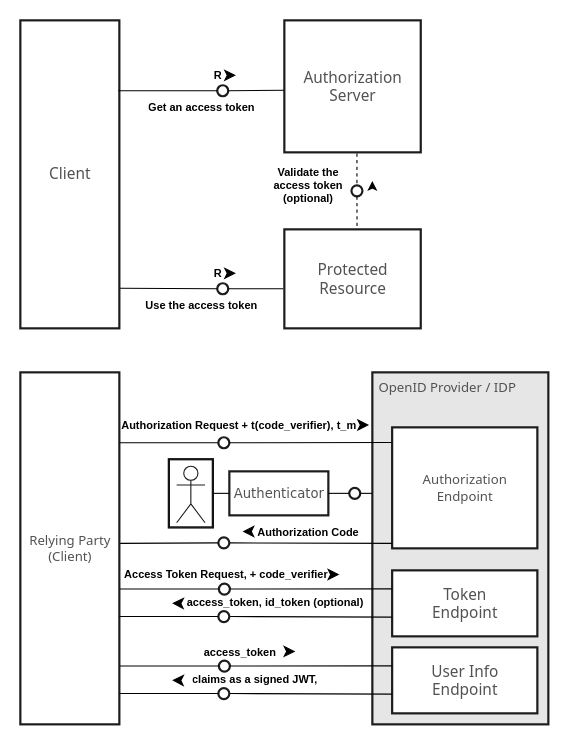
Earlier version of the draw.io diagram Untitled Diagram.drawio (spilikin/poc-healthid). Source tidied: cells renumbered, new cells numbered last; positions are measured from the earlier drawing's top-left corner, leaving out a move shared by most shapes. Both pictures are drawn from the tidied source at 110%, with x=0, y=0 at pixel (20, 20).
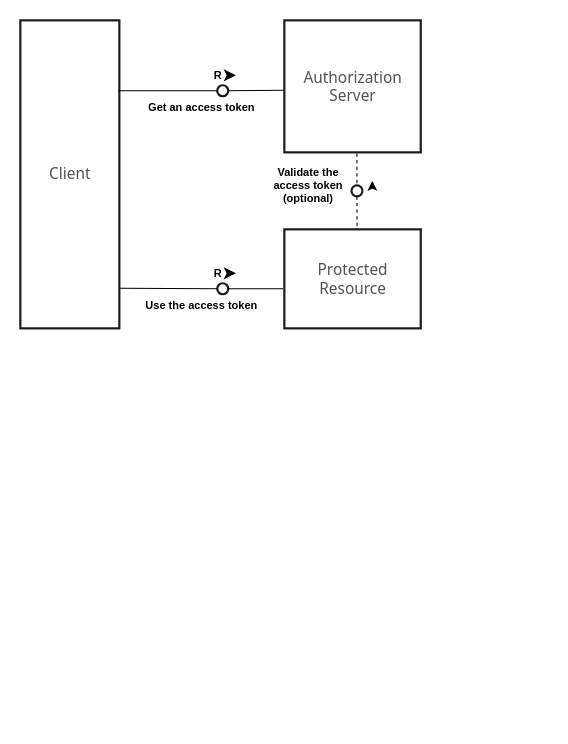
The same page after the edit.

What changed in the source:
```diff
@@
-    <mxCell id="17" value="Relying Party&lt;br style=&quot;font-size: 12px;&quot;&gt;(Client)" style="html=1;strokeColor=#1C1C1C;fillColor=#ffffff;fontFamily=Tahoma;fontSize=12;fontColor=#525252;align=center;strokeWidth=2;" parent="1" vertex="1">
-      <mxGeometry y="320" width="90" height="320" as="geometry" />
-    </mxCell>
@@
-    <mxCell id="29" value="&lt;div style=&quot;text-align: center&quot;&gt;OpenID Provider / IDP&lt;/div&gt;" style="html=1;strokeColor=#1C1C1C;fillColor=#E6E6E6;fontFamily=Tahoma;fontSize=12;fontColor=#525252;align=left;verticalAlign=top;spacingLeft=4;strokeWidth=2;" parent="1" vertex="1">
-      <mxGeometry x="320" y="320" width="160" height="320" as="geometry" />
-    </mxCell>
-    <mxCell id="30" value="Authorization&lt;br style=&quot;font-size: 12px;&quot;&gt;Endpoint" style="html=1;strokeColor=#1C1C1C;fillColor=#ffffff;fontFamily=Tahoma;fontSize=12;fontColor=#525252;align=center;strokeWidth=2;verticalAlign=middle;" parent="1" vertex="1">
-      <mxGeometry x="338" y="370" width="132" height="110" as="geometry" />
-    </mxCell>
-    <mxCell id="31" value="Token&lt;br&gt;Endpoint" style="html=1;strokeColor=#1C1C1C;fillColor=#ffffff;fontFamily=Tahoma;fontSize=14;fontColor=#525252;align=center;strokeWidth=2;verticalAlign=middle;" parent="1" vertex="1">
-      <mxGeometry x="338" y="500" width="132" height="60" as="geometry" />
-    </mxCell>
-    <mxCell id="32" style="group;" parent="1" vertex="1">
-      <mxGeometry x="161" y="360" width="40" height="29" as="geometry" />
-    </mxCell>
-    <mxCell id="33" style="ellipse;whiteSpace=wrap;html=1;strokeColor=#1C1C1C;fillColor=none;fontFamily=Tahoma;fontSize=14;fontColor=#525252;align=center;strokeWidth=2;" parent="32" vertex="1">
-      <mxGeometry x="19" y="19" width="10" height="10" as="geometry" />
-    </mxCell>
-    <mxCell id="34" style="endArrow=none;html=1;entryX=0;entryY=0.5;entryDx=0;entryDy=0;" parent="1" edge="1" target="33">
-      <mxGeometry relative="1" as="geometry">
-        <mxPoint x="90" y="384" as="sourcePoint" />
-      </mxGeometry>
-    </mxCell>
-    <mxCell id="35" style="endArrow=none;html=1;exitX=1;exitY=0.5;exitDx=0;exitDy=0;entryX=-0.004;entryY=0.125;entryDx=0;entryDy=0;entryPerimeter=0;" parent="1" edge="1" source="33" target="30">
-      <mxGeometry relative="1" as="geometry" />
-    </mxCell>
-    <mxCell id="36" value="Authorization Request&amp;nbsp;+ t(code_verifier), t_m" style="text;html=1;strokeColor=none;fillColor=none;align=center;verticalAlign=middle;whiteSpace=wrap;overflow=hidden;fontFamily=Helvetica;fontSize=10;fontColor=#000000;fontStyle=1;" parent="1" vertex="1">
-      <mxGeometry x="90" y="353" width="218" height="30" as="geometry" />
-    </mxCell>
-    <mxCell id="37" style="endArrow=none;html=1;exitX=1;exitY=0.5;exitDx=0;exitDy=0;entryX=0;entryY=0.5;entryDx=0;entryDy=0;" parent="1" edge="1" source="38">
-      <mxGeometry relative="1" as="geometry">
-        <mxPoint x="338" y="475.5" as="targetPoint" />
-      </mxGeometry>
-    </mxCell>
-    <mxCell id="38" style="ellipse;whiteSpace=wrap;html=1;strokeColor=#1C1C1C;fillColor=none;fontFamily=Tahoma;fontSize=14;fontColor=#525252;align=center;strokeWidth=2;" parent="1" vertex="1">
-      <mxGeometry x="180" y="470" width="10" height="10" as="geometry" />
-    </mxCell>
-    <mxCell id="39" style="edgeStyle=none;rounded=0;html=1;startArrow=none;startFill=0;endArrow=classic;endFill=1;jettySize=auto;orthogonalLoop=1;strokeColor=#000000;fontFamily=Helvetica;fontSize=10;fontColor=#000000;targetPerimeterSpacing=0;endSize=8;sourcePerimeterSpacing=0;startSize=0;" parent="1" edge="1">
-      <mxGeometry relative="1" as="geometry">
-        <mxPoint x="210" y="464.7" as="sourcePoint" />
-        <mxPoint x="202" y="464.7" as="targetPoint" />
-      </mxGeometry>
-    </mxCell>
-    <mxCell id="40" style="endArrow=none;html=1;entryX=0;entryY=0.5;entryDx=0;entryDy=0;exitX=1.008;exitY=0.486;exitDx=0;exitDy=0;exitPerimeter=0;" parent="1" edge="1" source="17" target="38">
-      <mxGeometry relative="1" as="geometry" />
-    </mxCell>
-    <mxCell id="41" value="Authorization Code" style="text;html=1;strokeColor=none;fillColor=none;align=center;verticalAlign=middle;whiteSpace=wrap;overflow=hidden;fontFamily=Helvetica;fontSize=10;fontColor=#000000;fontStyle=1;" parent="1" vertex="1">
-      <mxGeometry x="207" y="455" width="110" height="20" as="geometry" />
-    </mxCell>
-    <mxCell id="42" style="edgeStyle=none;rounded=0;html=1;startArrow=none;startFill=0;endArrow=classic;endFill=1;jettySize=auto;orthogonalLoop=1;strokeColor=#000000;fontFamily=Helvetica;fontSize=10;fontColor=#000000;targetPerimeterSpacing=0;endSize=8;sourcePerimeterSpacing=0;startSize=0;" parent="1" edge="1">
-      <mxGeometry relative="1" as="geometry">
-        <mxPoint x="309" y="367.9" as="sourcePoint" />
-        <mxPoint x="317" y="367.9" as="targetPoint" />
-      </mxGeometry>
-    </mxCell>
-    <mxCell id="43" value="User Info &lt;br&gt;Endpoint" style="html=1;strokeColor=#1C1C1C;fillColor=#ffffff;fontFamily=Tahoma;fontSize=14;fontColor=#525252;align=center;strokeWidth=2;verticalAlign=middle;" parent="1" vertex="1">
-      <mxGeometry x="338" y="570" width="132" height="60" as="geometry" />
-    </mxCell>
-    <mxCell id="44" style="group;fillColor=#ffffff;strokeColor=#000000;strokeWidth=2;" parent="1" vertex="1">
-      <mxGeometry x="135" y="399" width="40" height="62" as="geometry" />
-    </mxCell>
-    <mxCell id="45" style="shape=umlActor;verticalLabelPosition=bottom;labelBackgroundColor=#ffffff;verticalAlign=top;strokeColor=#1C1C1C;fillColor=none;fontFamily=Tahoma;fontSize=14;fontColor=#525252;align=center;html=1;" parent="44" vertex="1">
-      <mxGeometry x="7.1" y="6.3" width="25.8" height="51.4" as="geometry" />
-    </mxCell>
-    <mxCell id="46" style="whiteSpace=wrap;html=1;strokeColor=#1C1C1C;fillColor=none;fontFamily=Tahoma;fontSize=14;fontColor=#525252;align=center;" parent="44" vertex="1">
-      <mxGeometry width="40" height="62" as="geometry" />
-    </mxCell>
-    <mxCell id="47" value="&lt;font face=&quot;Verdana&quot; style=&quot;font-size: 12px&quot;&gt;Authenticator&lt;/font&gt;" style="html=1;strokeColor=#1C1C1C;fillColor=#ffffff;fontFamily=Tahoma;fontSize=14;fontColor=#525252;align=center;strokeWidth=2;verticalAlign=middle;" parent="1" vertex="1">
-      <mxGeometry x="190" y="410" width="90" height="40" as="geometry" />
-    </mxCell>
-    <mxCell id="48" style="group;" parent="1" vertex="1">
-      <mxGeometry x="280" y="406" width="40" height="29" as="geometry" />
-    </mxCell>
-    <mxCell id="49" style="ellipse;whiteSpace=wrap;html=1;strokeColor=#1C1C1C;fillColor=none;fontFamily=Tahoma;fontSize=14;fontColor=#525252;align=center;strokeWidth=2;" parent="48" vertex="1">
-      <mxGeometry x="19" y="19" width="10" height="10" as="geometry" />
-    </mxCell>
-    <mxCell id="50" style="endArrow=none;html=1;fontSize=12;exitX=1;exitY=0.5;exitDx=0;exitDy=0;" parent="1" edge="1" source="49">
-      <mxGeometry relative="1" as="geometry">
-        <mxPoint x="320" y="430" as="targetPoint" />
-      </mxGeometry>
-    </mxCell>
-    <mxCell id="51" style="endArrow=none;html=1;fontSize=12;exitX=1;exitY=0.5;exitDx=0;exitDy=0;entryX=0;entryY=0.5;entryDx=0;entryDy=0;" parent="1" edge="1" source="47" target="49">
-      <mxGeometry relative="1" as="geometry" />
-    </mxCell>
-    <mxCell id="52" style="group;" parent="1" vertex="1">
-      <mxGeometry x="161.5" y="493" width="40" height="29" as="geometry" />
-    </mxCell>
-    <mxCell id="53" style="ellipse;whiteSpace=wrap;html=1;strokeColor=#1C1C1C;fillColor=none;fontFamily=Tahoma;fontSize=14;fontColor=#525252;align=center;strokeWidth=2;" parent="52" vertex="1">
-      <mxGeometry x="19" y="19" width="10" height="10" as="geometry" />
-    </mxCell>
-    <mxCell id="54" style="endArrow=none;html=1;entryX=0;entryY=0.5;entryDx=0;entryDy=0;" parent="1" edge="1" target="53">
-      <mxGeometry relative="1" as="geometry">
-        <mxPoint x="90.5" y="517" as="sourcePoint" />
-      </mxGeometry>
-    </mxCell>
-    <mxCell id="55" style="endArrow=none;html=1;exitX=1;exitY=0.5;exitDx=0;exitDy=0;entryX=-0.004;entryY=0.125;entryDx=0;entryDy=0;entryPerimeter=0;" parent="1" edge="1" source="53">
-      <mxGeometry relative="1" as="geometry">
-        <mxPoint x="338" y="516.8" as="targetPoint" />
-      </mxGeometry>
-    </mxCell>
-    <mxCell id="56" value="&amp;nbsp;Access Token Request,&amp;nbsp;+ code_verifier" style="text;html=1;strokeColor=none;fillColor=none;align=center;verticalAlign=middle;whiteSpace=wrap;overflow=hidden;fontFamily=Helvetica;fontSize=10;fontColor=#000000;fontStyle=1;" parent="1" vertex="1">
-      <mxGeometry x="71.5" y="488" width="227.5" height="29.7" as="geometry" />
-    </mxCell>
-    <mxCell id="57" style="edgeStyle=none;rounded=0;html=1;startArrow=none;startFill=0;endArrow=classic;endFill=1;jettySize=auto;orthogonalLoop=1;strokeColor=#000000;fontFamily=Helvetica;fontSize=10;fontColor=#000000;targetPerimeterSpacing=0;endSize=8;sourcePerimeterSpacing=0;startSize=0;" parent="1" edge="1">
-      <mxGeometry relative="1" as="geometry">
-        <mxPoint x="282" y="503.8" as="sourcePoint" />
-        <mxPoint x="290" y="503.8" as="targetPoint" />
-      </mxGeometry>
-    </mxCell>
-    <mxCell id="58" style="endArrow=none;html=1;exitX=1;exitY=0.5;exitDx=0;exitDy=0;entryX=0;entryY=0.5;entryDx=0;entryDy=0;" parent="1" edge="1" source="59">
-      <mxGeometry relative="1" as="geometry">
-        <mxPoint x="338" y="542.5" as="targetPoint" />
-      </mxGeometry>
-    </mxCell>
-    <mxCell id="59" style="ellipse;whiteSpace=wrap;html=1;strokeColor=#1C1C1C;fillColor=none;fontFamily=Tahoma;fontSize=14;fontColor=#525252;align=center;strokeWidth=2;" parent="1" vertex="1">
-      <mxGeometry x="180" y="537" width="10" height="10" as="geometry" />
-    </mxCell>
-    <mxCell id="60" style="edgeStyle=none;rounded=0;html=1;startArrow=none;startFill=0;endArrow=classic;endFill=1;jettySize=auto;orthogonalLoop=1;strokeColor=#000000;fontFamily=Helvetica;fontSize=10;fontColor=#000000;targetPerimeterSpacing=0;endSize=8;startSize=0;" parent="1" edge="1">
-      <mxGeometry relative="1" as="geometry">
-        <mxPoint x="146" y="530.1" as="sourcePoint" />
-        <mxPoint x="138" y="529.9" as="targetPoint" />
-      </mxGeometry>
-    </mxCell>
-    <mxCell id="61" style="endArrow=none;html=1;entryX=0;entryY=0.5;entryDx=0;entryDy=0;exitX=1;exitY=0.5;exitDx=0;exitDy=0;" parent="1" edge="1" target="59">
-      <mxGeometry relative="1" as="geometry">
-        <mxPoint x="90" y="542" as="sourcePoint" />
-      </mxGeometry>
-    </mxCell>
-    <mxCell id="62" value="access_token, id_token (optional)" style="text;html=1;strokeColor=none;fillColor=none;align=center;verticalAlign=middle;whiteSpace=wrap;overflow=hidden;fontFamily=Helvetica;fontSize=10;fontColor=#000000;fontStyle=1;" parent="1" vertex="1">
-      <mxGeometry x="147" y="518.7" width="170" height="20" as="geometry" />
-    </mxCell>
-    <mxCell id="63" style="group;" parent="1" vertex="1">
-      <mxGeometry x="161.5" y="563" width="40" height="29" as="geometry" />
-    </mxCell>
-    <mxCell id="64" style="ellipse;whiteSpace=wrap;html=1;strokeColor=#1C1C1C;fillColor=none;fontFamily=Tahoma;fontSize=14;fontColor=#525252;align=center;strokeWidth=2;" parent="63" vertex="1">
-      <mxGeometry x="19" y="19" width="10" height="10" as="geometry" />
-    </mxCell>
-    <mxCell id="65" style="endArrow=none;html=1;entryX=0;entryY=0.5;entryDx=0;entryDy=0;" parent="1" edge="1" target="64">
-      <mxGeometry relative="1" as="geometry">
-        <mxPoint x="90.5" y="587" as="sourcePoint" />
-      </mxGeometry>
-    </mxCell>
-    <mxCell id="66" style="endArrow=none;html=1;exitX=1;exitY=0.5;exitDx=0;exitDy=0;entryX=-0.004;entryY=0.125;entryDx=0;entryDy=0;entryPerimeter=0;" parent="1" edge="1" source="64">
-      <mxGeometry relative="1" as="geometry">
-        <mxPoint x="338" y="586.8" as="targetPoint" />
-      </mxGeometry>
-    </mxCell>
-    <mxCell id="67" style="edgeStyle=none;rounded=0;html=1;startArrow=none;startFill=0;endArrow=classic;endFill=1;jettySize=auto;orthogonalLoop=1;strokeColor=#000000;fontFamily=Helvetica;fontSize=10;fontColor=#000000;targetPerimeterSpacing=0;endSize=8;sourcePerimeterSpacing=0;startSize=0;" parent="1" edge="1">
-      <mxGeometry relative="1" as="geometry">
-        <mxPoint x="242" y="573.7" as="sourcePoint" />
-        <mxPoint x="250" y="573.7" as="targetPoint" />
-      </mxGeometry>
-    </mxCell>
-    <mxCell id="68" style="endArrow=none;html=1;exitX=1;exitY=0.5;exitDx=0;exitDy=0;entryX=0;entryY=0.5;entryDx=0;entryDy=0;" parent="1" edge="1" source="69">
-      <mxGeometry relative="1" as="geometry">
-        <mxPoint x="338" y="612.5" as="targetPoint" />
-      </mxGeometry>
-    </mxCell>
-    <mxCell id="69" style="ellipse;whiteSpace=wrap;html=1;strokeColor=#1C1C1C;fillColor=none;fontFamily=Tahoma;fontSize=14;fontColor=#525252;align=center;strokeWidth=2;" parent="1" vertex="1">
-      <mxGeometry x="180" y="607" width="10" height="10" as="geometry" />
-    </mxCell>
-    <mxCell id="70" style="edgeStyle=none;rounded=0;html=1;startArrow=none;startFill=0;endArrow=classic;endFill=1;jettySize=auto;orthogonalLoop=1;strokeColor=#000000;fontFamily=Helvetica;fontSize=10;fontColor=#000000;targetPerimeterSpacing=0;endSize=8;startSize=0;" parent="1" edge="1">
-      <mxGeometry relative="1" as="geometry">
-        <mxPoint x="146" y="600.1" as="sourcePoint" />
-        <mxPoint x="138" y="599.9" as="targetPoint" />
-      </mxGeometry>
-    </mxCell>
-    <mxCell id="71" style="endArrow=none;html=1;entryX=0;entryY=0.5;entryDx=0;entryDy=0;exitX=1;exitY=0.5;exitDx=0;exitDy=0;" parent="1" edge="1" target="69">
-      <mxGeometry relative="1" as="geometry">
-        <mxPoint x="90" y="612" as="sourcePoint" />
-      </mxGeometry>
-    </mxCell>
-    <mxCell id="72" value="claims as a signed JWT," style="text;html=1;strokeColor=none;fillColor=none;align=center;verticalAlign=middle;whiteSpace=wrap;overflow=hidden;fontFamily=Helvetica;fontSize=10;fontColor=#000000;fontStyle=1;" parent="1" vertex="1">
-      <mxGeometry x="147" y="588.7" width="133" height="20" as="geometry" />
-    </mxCell>
-    <mxCell id="73" value="access_token" style="text;html=1;strokeColor=none;fillColor=none;align=center;verticalAlign=middle;whiteSpace=wrap;overflow=hidden;fontFamily=Helvetica;fontSize=10;fontColor=#000000;fontStyle=1;" parent="1" vertex="1">
-      <mxGeometry x="150" y="559" width="100" height="29.7" as="geometry" />
-    </mxCell>
-    <mxCell id="74" style="endArrow=none;html=1;fontSize=12;exitX=1;exitY=0.5;exitDx=0;exitDy=0;entryX=0;entryY=0.5;entryDx=0;entryDy=0;" parent="1" edge="1" source="46" target="47">
-      <mxGeometry relative="1" as="geometry" />
-    </mxCell>
```
